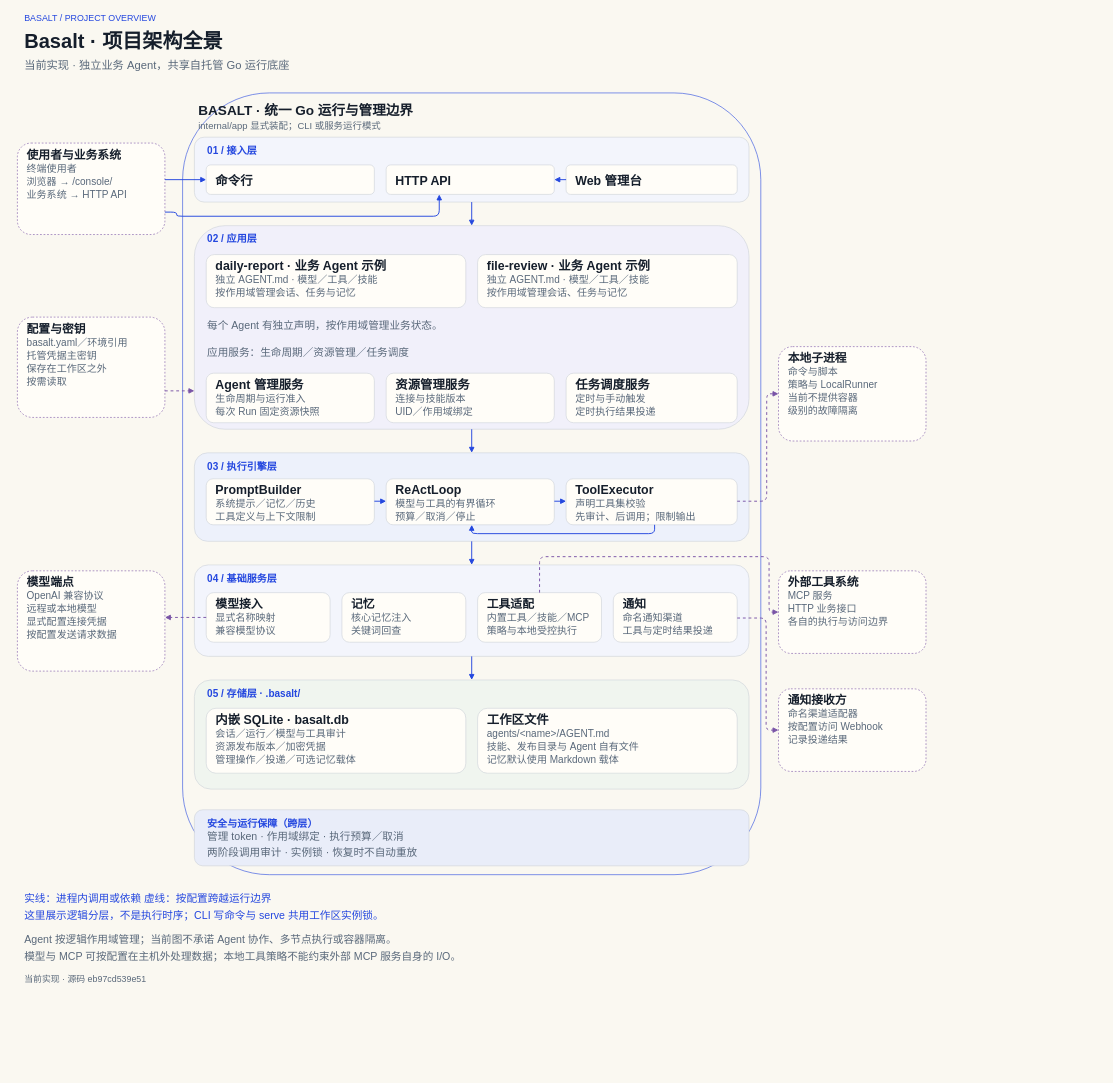
Earlier version of the draw.io diagram page "project-overview-zh" (2 of 12) of website/diagrams/basalt-diagrams.drawio (ymedword/basalt). Source tidied: cells renumbered, new cells numbered last; positions are measured from the earlier drawing's top-left corner, leaving out a move shared by most shapes. Both pictures are drawn from the tidied source at 59%, with x=0, y=0 at pixel (17, 10).
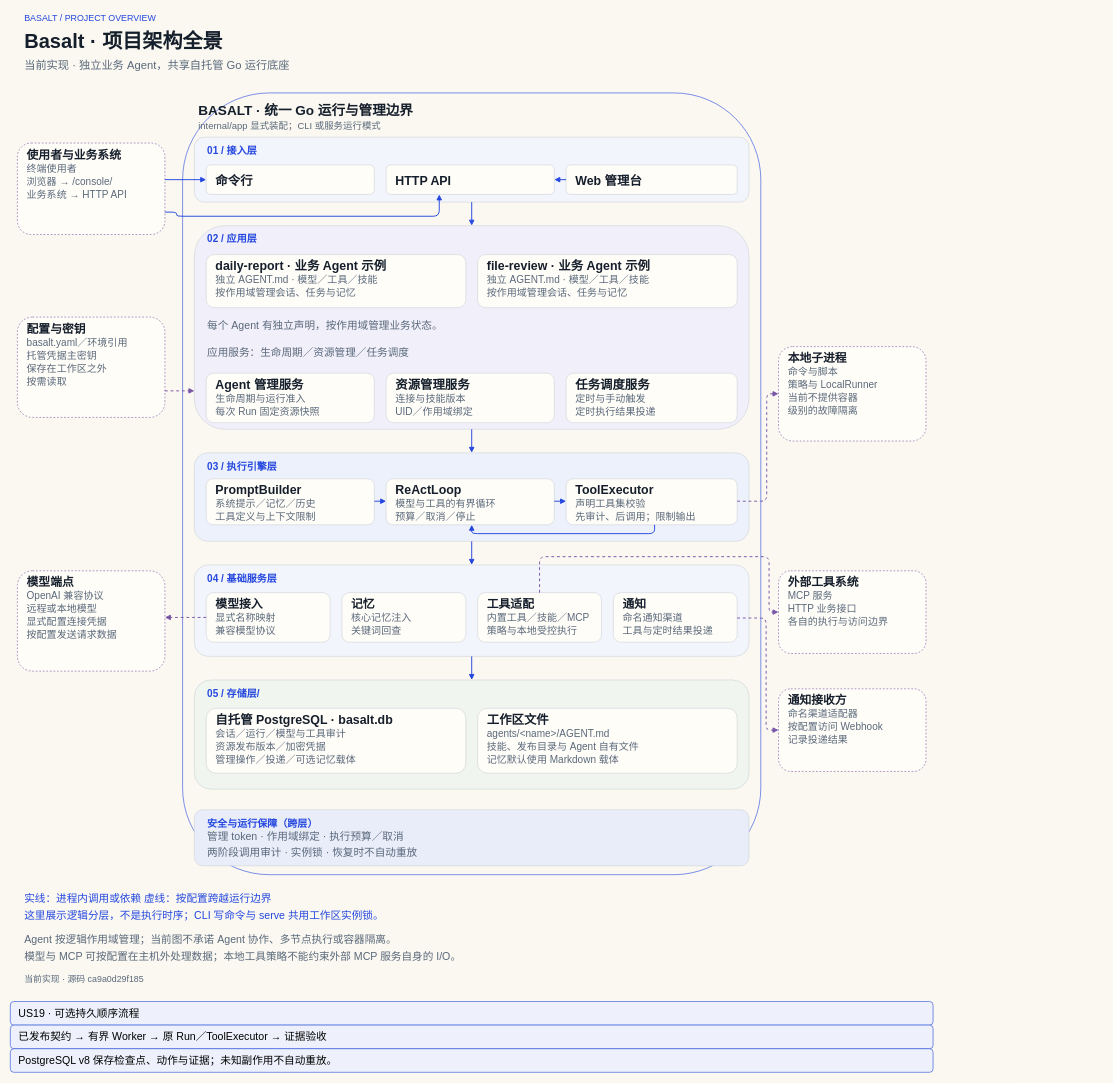
Above is the later version.

Diff of the diagram source:
```diff
@@
-    <mxCell id="17" value="05 / 存储层 · .basalt/" style="text;html=0;whiteSpace=wrap;align=left;verticalAlign=middle;fontFamily=Arial;fontSize=17;fontColor=#2447df;fontStyle=1;" parent="1" vertex="1">
+    <mxCell id="17" value="05 / 存储层/" style="text;html=0;whiteSpace=wrap;align=left;verticalAlign=middle;fontFamily=Arial;fontSize=17;fontColor=#2447df;fontStyle=1;" parent="1" vertex="1">
       <mxGeometry x="320" y="1146" width="900" height="25" as="geometry" />
     </mxCell>
@@
-    <mxCell id="75" value="内嵌 SQLite · basalt.db" style="text;html=0;whiteSpace=wrap;align=left;verticalAlign=middle;fontFamily=Arial;fontSize=21;fontColor=#151e2b;fontStyle=1;" parent="1" vertex="1">
+    <mxCell id="75" value="自托管 PostgreSQL · basalt.db" style="text;html=0;whiteSpace=wrap;align=left;verticalAlign=middle;fontFamily=Arial;fontSize=21;fontColor=#151e2b;fontStyle=1;" parent="1" vertex="1">
       <mxGeometry x="334" y="1187" width="412" height="29" as="geometry" />
     </mxCell>
@@
-    <mxCell id="140" value="当前实现 · 源码 eb97cd539e51" style="text;html=0;whiteSpace=wrap;align=left;verticalAlign=middle;fontFamily=Arial;fontSize=15;fontColor=#59687a;" parent="1" vertex="1">
+    <mxCell id="140" value="当前实现 · 源码 ca9a0d29f185" style="text;html=0;whiteSpace=wrap;align=left;verticalAlign=middle;fontFamily=Arial;fontSize=15;fontColor=#59687a;" parent="1" vertex="1">
       <mxGeometry x="10" y="1630" width="1520" height="23" as="geometry" />
     </mxCell>
+    <mxCell id="141" value="US19 · 可选持久顺序流程" style="rounded=1;whiteSpace=wrap;html=0;fillColor=#eef1fb;strokeColor=#244bd8;fontSize=18;align=left;spacingLeft=12;" parent="1" vertex="1">
+      <mxGeometry x="-12" y="1680" width="1564" height="40" as="geometry" />
+    </mxCell>
+    <mxCell id="142" value="已发布契约 → 有界 Worker → 原 Run／ToolExecutor → 证据验收" style="rounded=1;whiteSpace=wrap;html=0;fillColor=#eef1fb;strokeColor=#244bd8;fontSize=18;align=left;spacingLeft=12;" parent="1" vertex="1">
+      <mxGeometry x="-12" y="1720" width="1564" height="40" as="geometry" />
+    </mxCell>
+    <mxCell id="143" value="PostgreSQL v8 保存检查点、动作与证据；未知副作用不自动重放。" style="rounded=1;whiteSpace=wrap;html=0;fillColor=#eef1fb;strokeColor=#244bd8;fontSize=18;align=left;spacingLeft=12;" parent="1" vertex="1">
+      <mxGeometry x="-12" y="1760" width="1564" height="40" as="geometry" />
+    </mxCell>
```
